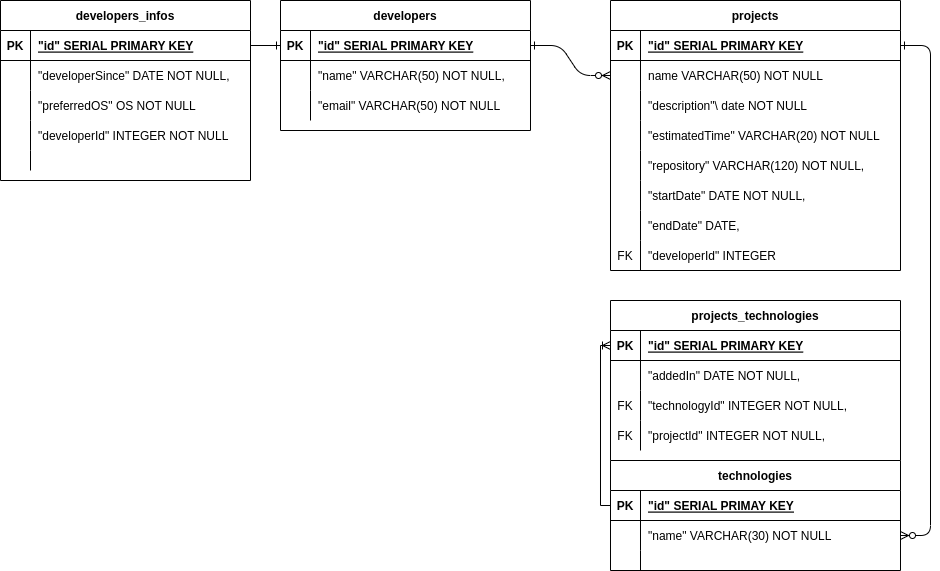
Earlier version of the draw.io export sql/diagram.png (isabelpaiva/kenzievelopers). Source tidied: cells renumbered, new cells last; positions are measured from the earlier drawing's top-left corner, leaving out a move shared by most shapes.
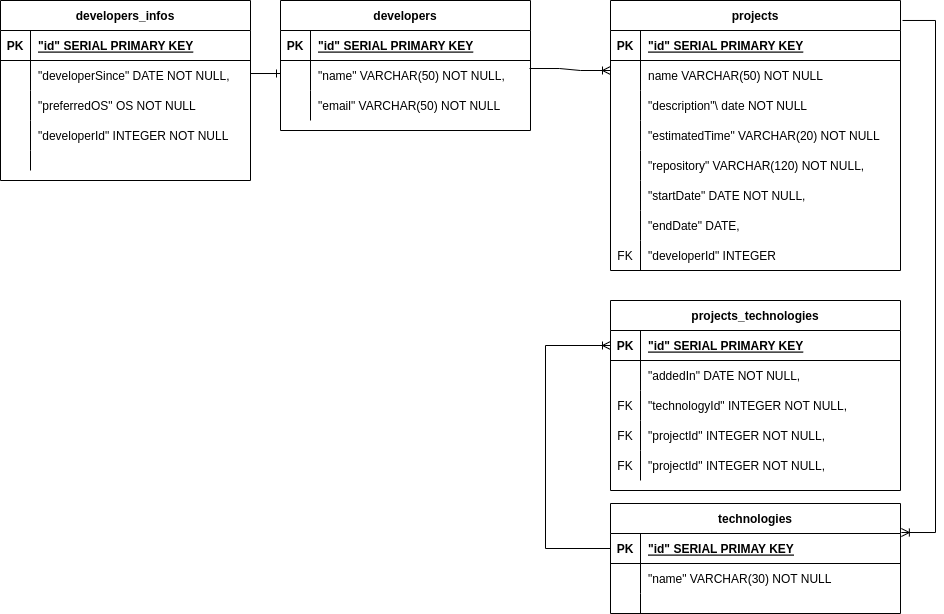
The same diagram one commit later.

Commit message:
feat: updated diagram and interfaces

Diff of the diagram source:
```diff
@@ -2,12 +2,6 @@
   <root>
     <mxCell id="0" />
     <mxCell id="1" parent="0" />
-    <mxCell id="2" style="edgeStyle=entityRelationEdgeStyle;endArrow=ERzeroToMany;startArrow=ERone;endFill=1;startFill=0;" parent="1" edge="1" source="43" target="8">
-      <mxGeometry relative="1" as="geometry" />
-    </mxCell>
-    <mxCell id="3" style="edgeStyle=entityRelationEdgeStyle;endArrow=ERzeroToMany;startArrow=ERone;endFill=1;startFill=0;entryX=1;entryY=0.5;entryDx=0;entryDy=0;" parent="1" edge="1" source="5" target="56">
-      <mxGeometry relative="1" as="geometry" />
-    </mxCell>
     <mxCell id="4" value="projects" style="shape=table;startSize=30;rowLines=0;fontStyle=1;align=center;" parent="1" vertex="1">
       <mxGeometry x="610" width="290" height="270" as="geometry" />
     </mxCell>
@@ -84,7 +78,7 @@
       <mxGeometry x="30" width="260" height="30" as="geometry" />
     </mxCell>
     <mxCell id="29" value="projects_technologies" style="shape=table;startSize=30;rowLines=0;fontStyle=1;align=center;" parent="1" vertex="1">
-      <mxGeometry x="610" y="300" width="290" height="160" as="geometry" />
+      <mxGeometry x="610" y="300" width="290" height="190" as="geometry" />
     </mxCell>
     <mxCell id="30" style="shape=partialRectangle;fillColor=none;points=[[0,0.5],[1,0.5]];portConstraint=eastwest;top=0;left=0;right=0;bottom=1;" parent="29" vertex="1">
       <mxGeometry y="30" width="290" height="30" as="geometry" />
@@ -113,8 +107,17 @@
     <mxCell id="38" value="&quot;technologyId&quot; INTEGER NOT NULL," style="shape=partialRectangle;overflow=hidden;fillColor=none;top=0;left=0;bottom=0;right=0;align=left;spacingLeft=6;" parent="36" vertex="1">
       <mxGeometry x="30" width="260" height="30" as="geometry" />
     </mxCell>
+    <mxCell id="80" style="shape=partialRectangle;fillColor=none;top=0;left=0;right=0;bottom=0;" parent="29" vertex="1">
+      <mxGeometry y="120" width="290" height="30" as="geometry" />
+    </mxCell>
+    <mxCell id="81" value="FK" style="shape=partialRectangle;overflow=hidden;fillColor=none;top=0;left=0;bottom=0;right=0;" parent="80" vertex="1">
+      <mxGeometry width="30" height="30" as="geometry" />
+    </mxCell>
+    <mxCell id="82" value="&quot;projectId&quot; INTEGER NOT NULL," style="shape=partialRectangle;overflow=hidden;fillColor=none;top=0;left=0;bottom=0;right=0;align=left;spacingLeft=6;" parent="80" vertex="1">
+      <mxGeometry x="30" width="260" height="30" as="geometry" />
+    </mxCell>
     <mxCell id="39" style="shape=partialRectangle;fillColor=none;top=0;left=0;right=0;bottom=0;" parent="29" vertex="1">
-      <mxGeometry y="120" width="290" height="30" as="geometry" />
+      <mxGeometry y="150" width="290" height="30" as="geometry" />
     </mxCell>
     <mxCell id="40" value="FK" style="shape=partialRectangle;overflow=hidden;fillColor=none;top=0;left=0;bottom=0;right=0;" parent="39" vertex="1">
       <mxGeometry width="30" height="30" as="geometry" />
@@ -153,7 +156,7 @@
       <mxGeometry x="30" width="220" height="30" as="geometry" />
     </mxCell>
     <mxCell id="52" value="technologies" style="shape=table;startSize=30;rowLines=0;fontStyle=1;align=center;" parent="1" vertex="1">
-      <mxGeometry x="610" y="460" width="290" height="110" as="geometry" />
+      <mxGeometry x="610" y="503" width="290" height="110" as="geometry" />
     </mxCell>
     <mxCell id="53" style="shape=partialRectangle;fillColor=none;points=[[0,0.5],[1,0.5]];portConstraint=eastwest;top=0;left=0;right=0;bottom=1;" parent="52" vertex="1">
       <mxGeometry y="30" width="290" height="30" as="geometry" />
@@ -230,11 +233,31 @@
     <mxCell id="77" style="shape=partialRectangle;overflow=hidden;fillColor=none;top=0;left=0;bottom=0;right=0;align=left;spacingLeft=6;fontSize=5;" parent="75" vertex="1">
       <mxGeometry x="30" width="220" height="20" as="geometry" />
     </mxCell>
-    <mxCell id="78" style="edgeStyle=entityRelationEdgeStyle;fontSize=12;html=1;endArrow=ERone;endFill=1;rounded=0;exitX=1;exitY=0.5;exitDx=0;exitDy=0;" parent="1" edge="1" source="63" target="43">
-      <mxGeometry relative="1" as="geometry" />
+    <mxCell id="78" style="edgeStyle=entityRelationEdgeStyle;fontSize=12;html=1;endArrow=ERone;endFill=1;rounded=0;exitX=1;exitY=0.5;exitDx=0;exitDy=0;" parent="1" edge="1">
+      <mxGeometry relative="1" as="geometry">
+        <mxPoint x="250" y="73" as="sourcePoint" />
+        <mxPoint x="280" y="73" as="targetPoint" />
+      </mxGeometry>
     </mxCell>
     <mxCell id="79" style="edgeStyle=orthogonalEdgeStyle;fontSize=12;html=1;endArrow=ERoneToMany;rounded=0;entryX=0;entryY=0.5;entryDx=0;entryDy=0;elbow=vertical;exitX=0;exitY=0.5;exitDx=0;exitDy=0;" parent="1" edge="1" source="53" target="30">
-      <mxGeometry relative="1" as="geometry" />
+      <mxGeometry relative="1" as="geometry">
+        <Array as="points">
+          <mxPoint x="545" y="548" />
+          <mxPoint x="545" y="345" />
+        </Array>
+      </mxGeometry>
     </mxCell>
+    <mxCell id="83" style="edgeStyle=entityRelationEdgeStyle;fontSize=12;html=1;endArrow=ERoneToMany;rounded=0;exitX=0.996;exitY=0.267;exitDx=0;exitDy=0;exitPerimeter=0;" parent="1" edge="1" source="46">
+      <mxGeometry relative="1" as="geometry">
+        <mxPoint x="610" y="70" as="targetPoint" />
+      </mxGeometry>
+    </mxCell>
+    <mxCell id="84" style="edgeStyle=elbowEdgeStyle;fontSize=12;html=1;endArrow=ERoneToMany;rounded=0;entryX=1.003;entryY=-0.033;entryDx=0;entryDy=0;entryPerimeter=0;exitX=1.007;exitY=0.074;exitDx=0;exitDy=0;exitPerimeter=0;" parent="1" edge="1" source="4" target="53">
+      <mxGeometry relative="1" as="geometry">
+        <Array as="points">
+          <mxPoint x="935" y="278" />
+        </Array>
+      </mxGeometry>
+    </mxCell>
   </root>
 </mxGraphModel>
```
